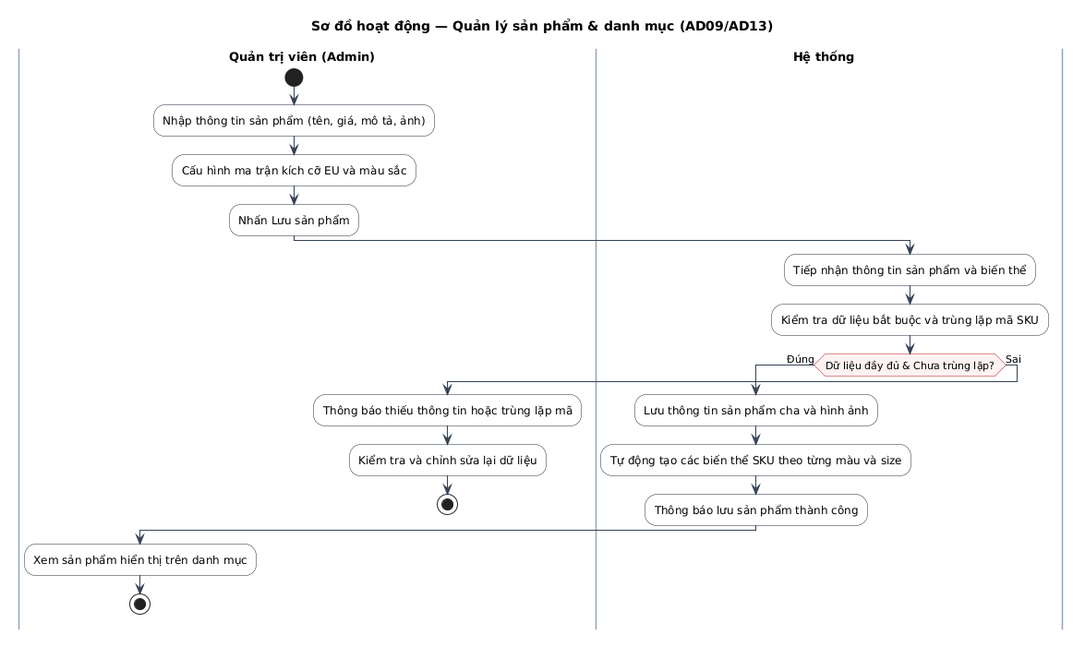
Before: docs/diagrams/activity/AD09_QUAN_LY_DANH_MUC_SAN_PHAM.png, a diagram exported from PlantUML (dungtttd01702-coder/vamos-store). Its diagram source:
```plantuml
@startuml
title Sơ đồ hoạt động — Quản lý sản phẩm & danh mục (AD09/AD13)

skinparam defaultFontName "Arial"
skinparam defaultFontSize 12
skinparam ActivityFontSize 12
skinparam ActivityBorderColor #1e293b
skinparam ActivityBackgroundColor #ffffff
skinparam ActivityDiamondBorderColor #b91c1c
skinparam ActivityDiamondBackgroundColor #fef2f2
skinparam ActivityDiamondFontSize 11
skinparam ArrowColor #334155
skinparam ArrowFontSize 11
skinparam SwimlaneTitleFontSize 13
skinparam SwimlaneTitleFontStyle bold
skinparam SwimlaneBorderColor #94a3b8
skinparam SwimlaneWidth same

|Quản trị viên (Admin)|
start
:Nhập thông tin sản phẩm (tên, giá, mô tả, ảnh);
:Cấu hình ma trận kích cỡ EU và màu sắc;
:Nhấn Lưu sản phẩm;

|Hệ thống|
:Tiếp nhận thông tin sản phẩm và biến thể;
:Kiểm tra dữ liệu bắt buộc và trùng lặp mã SKU;
if (Dữ liệu đầy đủ & Chưa trùng lặp?) then (Đúng)
  :Lưu thông tin sản phẩm cha và hình ảnh;
  :Tự động tạo các biến thể SKU theo từng màu và size;
  :Thông báo lưu sản phẩm thành công;
  |Quản trị viên (Admin)|
  :Xem sản phẩm hiển thị trên danh mục;
  stop
else (Sai)
  :Thông báo thiếu thông tin hoặc trùng lặp mã;
  |Quản trị viên (Admin)|
  :Kiểm tra và chỉnh sửa lại dữ liệu;
  stop
endif
@enduml
```
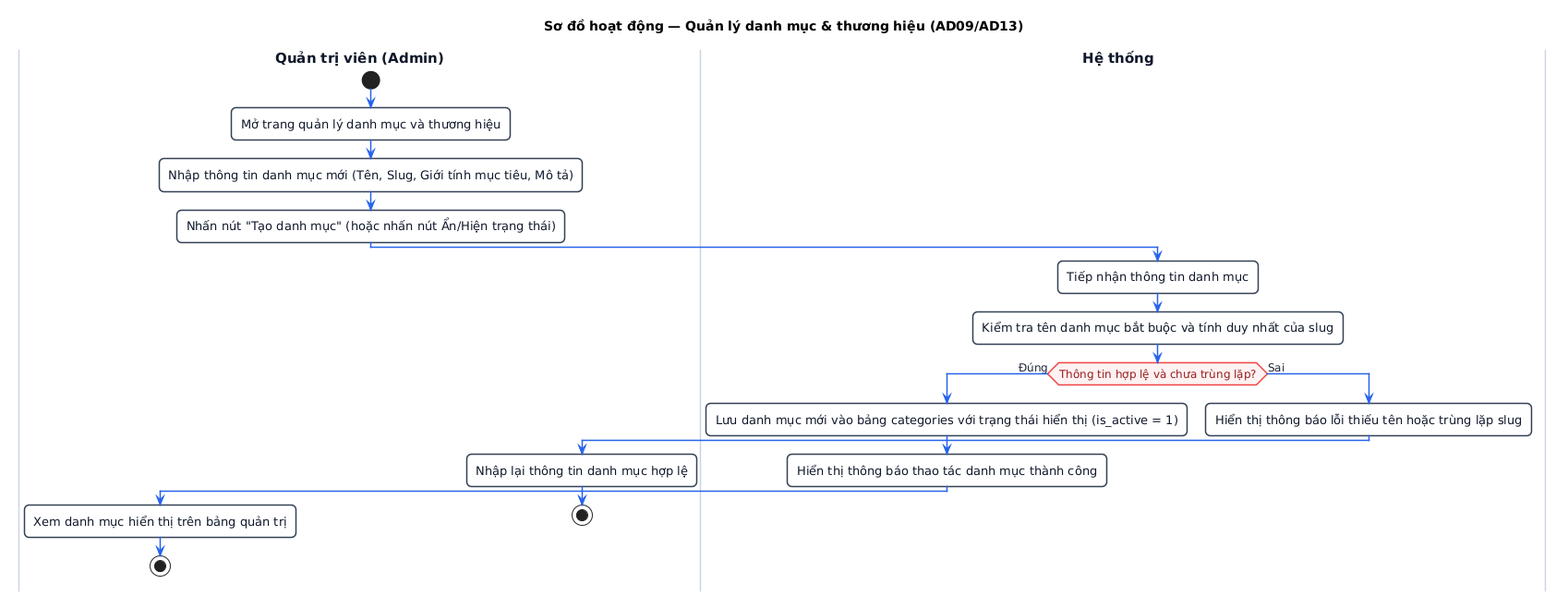
The same diagram one commit later.

Change to the diagram source:
```diff
@@ -1,41 +1,57 @@
 @startuml
-title Sơ đồ hoạt động — Quản lý sản phẩm & danh mục (AD09/AD13)
+title Sơ đồ hoạt động — Quản lý danh mục & thương hiệu (AD09/AD13)
 
-skinparam defaultFontName "Arial"
-skinparam defaultFontSize 12
-skinparam ActivityFontSize 12
-skinparam ActivityBorderColor #1e293b
+skinparam defaultFontName "Segoe UI, Arial, sans-serif"
+skinparam defaultFontSize 13
+skinparam roundCorner 10
+skinparam shadowing false
+
+skinparam ActivityFontSize 13
+skinparam ActivityFontColor #0f172a
+skinparam ActivityBorderColor #334155
+skinparam ActivityBorderThickness 1.5
 skinparam ActivityBackgroundColor #ffffff
-skinparam ActivityDiamondBorderColor #b91c1c
+
+skinparam ActivityDiamondFontSize 12
+skinparam ActivityDiamondFontColor #991b1b
+skinparam ActivityDiamondBorderColor #ef4444
+skinparam ActivityDiamondBorderThickness 1.5
 skinparam ActivityDiamondBackgroundColor #fef2f2
-skinparam ActivityDiamondFontSize 11
-skinparam ArrowColor #334155
-skinparam ArrowFontSize 11
-skinparam SwimlaneTitleFontSize 13
+
+skinparam ArrowColor #2563eb
+skinparam ArrowFontSize 12
+skinparam ArrowFontColor #1e293b
+skinparam ArrowThickness 1.5
+
+skinparam SwimlaneTitleFontSize 15
 skinparam SwimlaneTitleFontStyle bold
-skinparam SwimlaneBorderColor #94a3b8
-skinparam SwimlaneWidth same
+skinparam SwimlaneTitleFontColor #0f172a
+skinparam SwimlaneBorderColor #cbd5e1
+skinparam SwimlaneBorderThickness 1.5
+skinparam SwimlaneWidth 380
 
 |Quản trị viên (Admin)|
 start
-:Nhập thông tin sản phẩm (tên, giá, mô tả, ảnh);
-:Cấu hình ma trận kích cỡ EU và màu sắc;
-:Nhấn Lưu sản phẩm;
+:Mở trang quản lý danh mục và thương hiệu;
+:Nhập thông tin danh mục mới (Tên, Slug, Giới tính mục tiêu, Mô tả);
+:Nhấn nút "Tạo danh mục" (hoặc nhấn nút Ẩn/Hiện trạng thái);
 
 |Hệ thống|
-:Tiếp nhận thông tin sản phẩm và biến thể;
-:Kiểm tra dữ liệu bắt buộc và trùng lặp mã SKU;
-if (Dữ liệu đầy đủ & Chưa trùng lặp?) then (Đúng)
-  :Lưu thông tin sản phẩm cha và hình ảnh;
-  :Tự động tạo các biến thể SKU theo từng màu và size;
-  :Thông báo lưu sản phẩm thành công;
+:Tiếp nhận thông tin danh mục;
+:Kiểm tra tên danh mục bắt buộc và tính duy nhất của slug;
+
+if (Thông tin hợp lệ và chưa trùng lặp?) then (Đúng)
+  |Hệ thống|
+  :Lưu danh mục mới vào bảng categories với trạng thái hiển thị (is_active = 1);
+  :Hiển thị thông báo thao tác danh mục thành công;
   |Quản trị viên (Admin)|
-  :Xem sản phẩm hiển thị trên danh mục;
+  :Xem danh mục hiển thị trên bảng quản trị;
   stop
 else (Sai)
-  :Thông báo thiếu thông tin hoặc trùng lặp mã;
+  |Hệ thống|
+  :Hiển thị thông báo lỗi thiếu tên hoặc trùng lặp slug;
   |Quản trị viên (Admin)|
-  :Kiểm tra và chỉnh sửa lại dữ liệu;
+  :Nhập lại thông tin danh mục hợp lệ;
   stop
 endif
 @enduml
```
